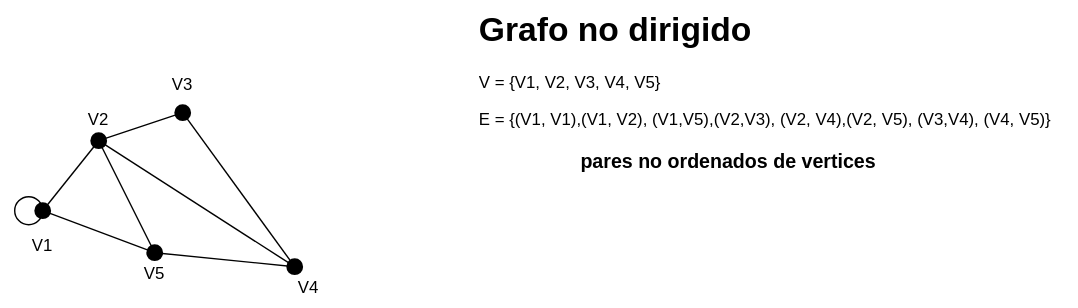
Earlier version of the draw.io export Estructura-de-datos/Grafos/Grafo-nodir.drawio.svg (Nordcode-cyber/Algoritmos-Estructdatos). Source tidied: cells renumbered, new cells last; positions are measured from the earlier drawing's top-left corner, leaving out a move shared by most shapes.
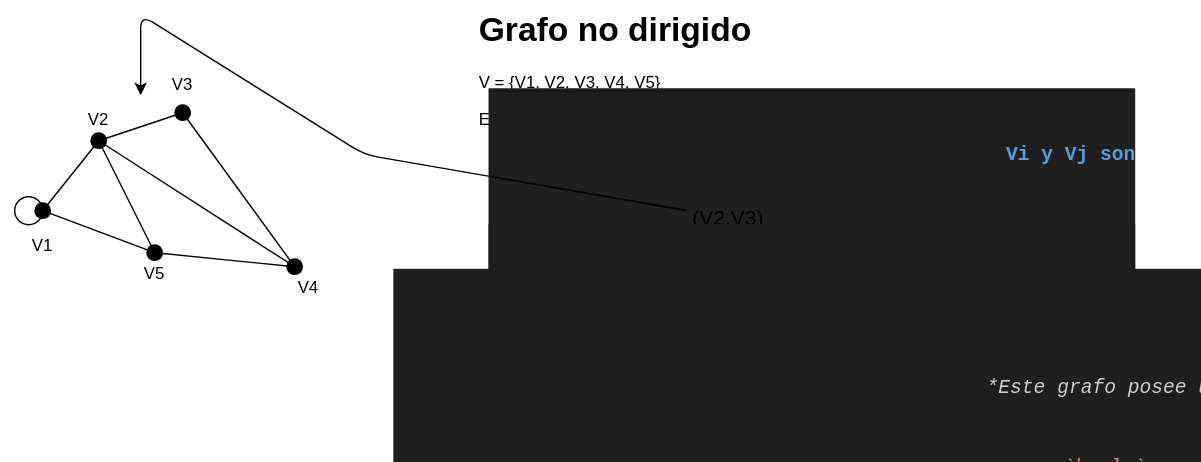
Above is the later version.

What changed in the source:
```diff
@@ -64,5 +64,28 @@
     <mxCell id="21" value="&lt;font style=&quot;color: light-dark(rgb(0, 0, 0), rgb(178, 0, 0));&quot;&gt;V5&lt;/font&gt;" style="text;html=1;align=center;verticalAlign=middle;whiteSpace=wrap;rounded=0;" parent="1" vertex="1">
       <mxGeometry x="80" y="180" width="60" height="30" as="geometry" />
     </mxCell>
+    <mxCell id="22" value="&lt;div style=&quot;color: rgb(204, 204, 204); background-color: rgb(31, 31, 31); font-family: Consolas, &amp;quot;Courier New&amp;quot;, monospace; font-size: 14px; line-height: 19px; white-space: pre;&quot;&gt;&lt;span style=&quot;color: #569cd6;font-weight: bold;&quot;&gt;Vi y Vj son &lt;/span&gt;&lt;span style=&quot;color: #569cd6;font-style: italic;&quot;&gt;*extremos*&lt;/span&gt;&lt;span style=&quot;color: #569cd6;font-weight: bold;&quot;&gt; de &lt;/span&gt;&lt;span style=&quot;color: #ce9178;font-weight: bold;&quot;&gt;`(Vi, Vj)`&lt;/span&gt;&lt;/div&gt;" style="text;html=1;align=center;verticalAlign=middle;whiteSpace=wrap;rounded=0;" parent="1" vertex="1">
+      <mxGeometry x="380" y="175" width="400" height="40" as="geometry" />
+    </mxCell>
+    <mxCell id="23" style="edgeStyle=none;html=1;entryX=0;entryY=0.75;entryDx=0;entryDy=0;" parent="1" edge="1" source="24" target="19">
+      <mxGeometry relative="1" as="geometry">
+        <Array as="points">
+          <mxPoint x="260" y="110" />
+          <mxPoint x="100" y="10" />
+        </Array>
+      </mxGeometry>
+    </mxCell>
+    <mxCell id="24" value="&lt;font style=&quot;font-size: 15px;&quot;&gt;(V2,V3)&lt;/font&gt;" style="text;html=1;align=center;verticalAlign=middle;whiteSpace=wrap;rounded=0;" parent="1" vertex="1">
+      <mxGeometry x="490" y="140" width="60" height="30" as="geometry" />
+    </mxCell>
+    <mxCell id="25" value="&lt;div style=&quot;color: rgb(204, 204, 204); background-color: rgb(31, 31, 31); font-family: Consolas, &amp;quot;Courier New&amp;quot;, monospace; font-size: 14px; line-height: 19px; white-space: pre;&quot;&gt;&lt;span style=&quot;color: #569cd6;font-weight: bold;&quot;&gt;Vi, Vj son &lt;/span&gt;&lt;span style=&quot;color: #569cd6;font-style: italic;&quot;&gt;*adyacente*&lt;/span&gt;&lt;/div&gt;" style="text;html=1;align=center;verticalAlign=middle;whiteSpace=wrap;rounded=0;" parent="1" vertex="1">
+      <mxGeometry x="440" y="220" width="280" height="30" as="geometry" />
+    </mxCell>
+    <mxCell id="26" value="&lt;div style=&quot;color: rgb(204, 204, 204); background-color: rgb(31, 31, 31); font-family: Consolas, &amp;quot;Courier New&amp;quot;, monospace; font-size: 14px; line-height: 19px; white-space: pre;&quot;&gt;&lt;span style=&quot;color: #ce9178;font-weight: bold;&quot;&gt;`(Vi, Vj)`&lt;/span&gt;&lt;span style=&quot;color: #569cd6;font-weight: bold;&quot;&gt; es incidente de Vi, Vj&lt;/span&gt;&lt;/div&gt;" style="text;html=1;align=center;verticalAlign=middle;whiteSpace=wrap;rounded=0;" parent="1" vertex="1">
+      <mxGeometry x="450" y="260" width="270" height="30" as="geometry" />
+    </mxCell>
+    <mxCell id="27" value="&lt;div style=&quot;color: rgb(204, 204, 204); background-color: rgb(31, 31, 31); font-family: Consolas, &amp;quot;Courier New&amp;quot;, monospace; font-size: 14px; line-height: 19px; white-space: pre;&quot;&gt;&lt;span style=&quot;color: rgb(204, 204, 204);&quot;&gt;&amp;nbsp;&lt;/span&gt;&lt;span style=&quot;color: rgb(204, 204, 204); font-style: italic;&quot;&gt;*Este grafo posee un &lt;/span&gt;&lt;span style=&quot;color: rgb(206, 145, 120); font-style: italic;&quot;&gt;`bucle`&lt;/span&gt;&lt;span style=&quot;color: rgb(204, 204, 204); font-style: italic;&quot;&gt; (V1,V1) por lo tanto no es simple&lt;/span&gt;&lt;/div&gt;" style="text;html=1;align=center;verticalAlign=middle;whiteSpace=wrap;rounded=0;" parent="1" vertex="1">
+      <mxGeometry x="350" y="300" width="507.5" height="30" as="geometry" />
+    </mxCell>
   </root>
 </mxGraphModel>
```
